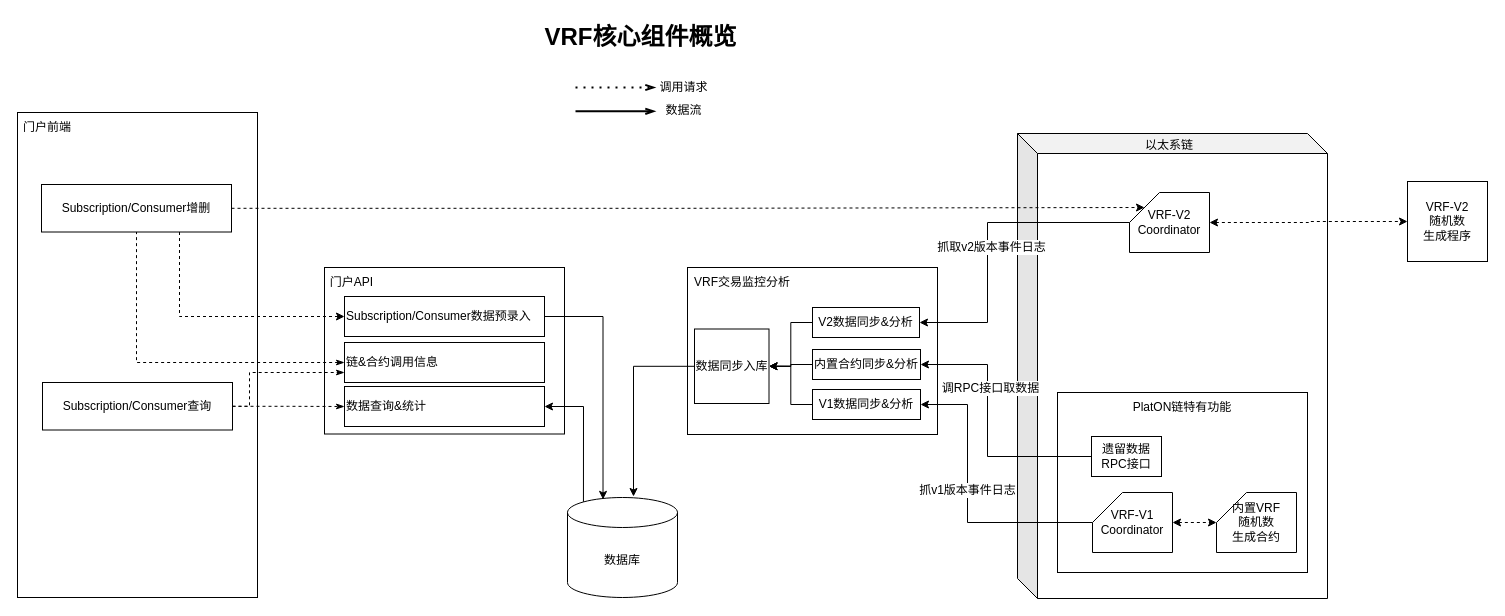
This is page "VRF核心组件概览" (1 of 6) of VRF-architecture.drawio from trevorch/drawio, a draw.io file, before an edit. Source tidied: cells renumbered, new cells numbered last; positions are measured from the earlier drawing's top-left corner, leaving out a move shared by most shapes. Both pictures are drawn from the tidied source at 100%, with x=0, y=0 at pixel (17, 17).
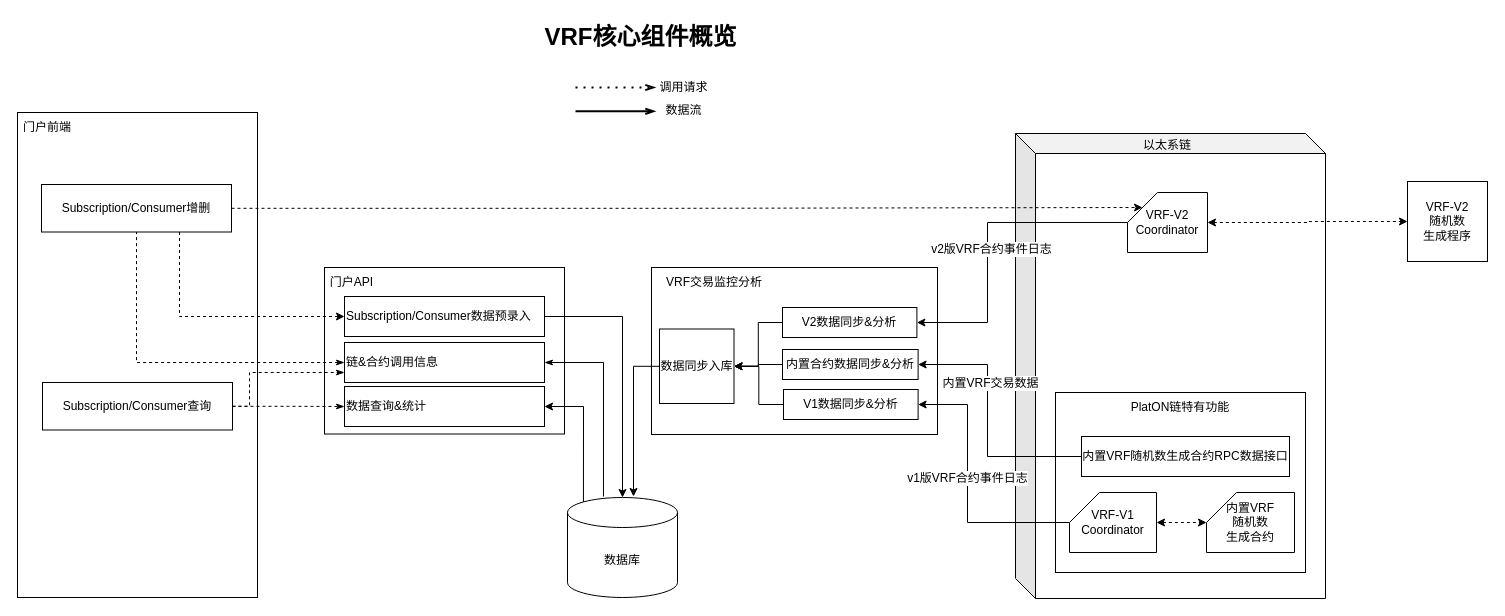
After the change.

The change refers to these unchanged cells:
```xml
<mxCell id="15" style="group;" parent="12" vertex="1">
  <mxGeometry x="40" y="262" width="250" height="180" as="geometry" />
</mxCell>
<mxCell id="26" value="数据库" style="shape=cylinder3;whiteSpace=wrap;html=1;boundedLbl=1;backgroundOutline=1;size=15;fontSize=12;" parent="1" vertex="1">
  <mxGeometry x="550" y="480" width="110" height="100" as="geometry" />
</mxCell>
<mxCell id="31" style="edgeStyle=orthogonalEdgeStyle;rounded=0;jettySize=auto;html=1;entryX=1;entryY=0.5;entryDx=0;entryDy=0;fontSize=12;startArrow=none;startFill=0;" parent="1" edge="1" source="22" target="7">
  <mxGeometry relative="1" as="geometry">
    <Array as="points">
      <mxPoint x="970" y="205" />
      <mxPoint x="970" y="305" />
    </Array>
  </mxGeometry>
</mxCell>
<mxCell id="33" style="edgeStyle=orthogonalEdgeStyle;rounded=0;jettySize=auto;html=1;entryX=1;entryY=0.5;entryDx=0;entryDy=0;fontSize=12;startArrow=none;startFill=0;" parent="1" edge="1" source="20" target="5">
  <mxGeometry relative="1" as="geometry">
    <Array as="points">
      <mxPoint x="970" y="439" />
      <mxPoint x="970" y="347" />
    </Array>
  </mxGeometry>
</mxCell>
<mxCell id="35" style="edgeStyle=orthogonalEdgeStyle;rounded=0;jettySize=auto;html=1;entryX=1;entryY=0.5;entryDx=0;entryDy=0;fontSize=12;startArrow=none;startFill=0;" parent="1" edge="1" source="19" target="6">
  <mxGeometry relative="1" as="geometry">
    <Array as="points">
      <mxPoint x="950" y="505" />
      <mxPoint x="950" y="387" />
    </Array>
  </mxGeometry>
</mxCell>
<mxCell id="41" value="Subscription/Consumer数据预录入" style="rounded=0;whiteSpace=wrap;html=1;align=left;" parent="37" vertex="1">
  <mxGeometry x="20" y="29" width="200" height="40" as="geometry" />
</mxCell>
<mxCell id="42" value="链&amp;amp;合约调用信息" style="rounded=0;whiteSpace=wrap;html=1;align=left;" parent="37" vertex="1">
  <mxGeometry x="20" y="75" width="200" height="40" as="geometry" />
</mxCell>
```

The edit, as a diff of the source:
```diff
@@
     <mxCell id="2" style="group;" parent="1" vertex="1">
-      <mxGeometry x="670" y="250" width="250" height="167" as="geometry" />
+      <mxGeometry x="634" y="250" width="286" height="167" as="geometry" />
     </mxCell>
     <mxCell id="3" style="rounded=0;whiteSpace=wrap;html=1;" parent="2" vertex="1">
-      <mxGeometry width="250" height="167" as="geometry" />
+      <mxGeometry width="286" height="167" as="geometry" />
     </mxCell>
     <mxCell id="4" value="VRF交易监控分析" style="text;html=1;strokeColor=none;fillColor=none;align=center;verticalAlign=middle;whiteSpace=wrap;rounded=0;" parent="2" vertex="1">
-      <mxGeometry width="110" height="30" as="geometry" />
+      <mxGeometry width="125.8" height="30" as="geometry" />
     </mxCell>
-    <mxCell id="5" value="内置合约同步&amp;amp;分析" style="rounded=0;whiteSpace=wrap;html=1;fontSize=12;" parent="2" vertex="1">
-      <mxGeometry x="125" y="82" width="108" height="30" as="geometry" />
+    <mxCell id="5" value="内置合约数据同步&amp;amp;分析" style="rounded=0;whiteSpace=wrap;html=1;fontSize=12;" parent="2" vertex="1">
+      <mxGeometry x="131" y="82" width="135.6" height="30" as="geometry" />
     </mxCell>
     <mxCell id="6" value="V1数据同步&amp;amp;分析" style="rounded=0;whiteSpace=wrap;html=1;fontSize=12;" parent="2" vertex="1">
-      <mxGeometry x="125" y="122" width="108" height="30" as="geometry" />
+      <mxGeometry x="132" y="122" width="134.6" height="30" as="geometry" />
     </mxCell>
     <mxCell id="7" value="V2数据同步&amp;amp;分析" style="rounded=0;whiteSpace=wrap;html=1;fontSize=12;" parent="2" vertex="1">
-      <mxGeometry x="125" y="40" width="107" height="30" as="geometry" />
+      <mxGeometry x="131" y="40" width="134.4" height="30" as="geometry" />
     </mxCell>
     <mxCell id="8" value="数据同步入库" style="whiteSpace=wrap;html=1;fontSize=12;" parent="2" vertex="1">
-      <mxGeometry x="7" y="61.5" width="74.5" height="74.5" as="geometry" />
+      <mxGeometry x="8" y="61.5" width="74.5" height="74.5" as="geometry" />
     </mxCell>
@@
     <mxCell id="12" style="group;" parent="1" vertex="1">
-      <mxGeometry x="1000" y="113" width="310" height="468" as="geometry" />
+      <mxGeometry x="998" y="113" width="310" height="468" as="geometry" />
     </mxCell>
@@
     <mxCell id="17" value="内置VRF&lt;br&gt;随机数&lt;br&gt;生成合约" style="shape=card;whiteSpace=wrap;html=1;" parent="15" vertex="1">
-      <mxGeometry x="159" y="100" width="80" height="60" as="geometry" />
+      <mxGeometry x="151" y="100" width="88" height="60" as="geometry" />
     </mxCell>
@@
     <mxCell id="19" value="VRF-V1&lt;br&gt;Coordinator" style="shape=card;whiteSpace=wrap;html=1;" parent="15" vertex="1">
-      <mxGeometry x="35" y="100" width="80" height="60" as="geometry" />
+      <mxGeometry x="14" y="100" width="87" height="60" as="geometry" />
     </mxCell>
-    <mxCell id="20" value="&lt;span style=&quot;&quot;&gt;遗留数据&lt;br&gt;RPC接口&lt;/span&gt;" style="rounded=0;whiteSpace=wrap;html=1;fontSize=12;" parent="15" vertex="1">
-      <mxGeometry x="34" y="44" width="70" height="40" as="geometry" />
+    <mxCell id="20" value="&lt;span style=&quot;&quot;&gt;内置VRF随机数生成合约RPC数据接口&lt;/span&gt;" style="rounded=0;whiteSpace=wrap;html=1;fontSize=12;" parent="15" vertex="1">
+      <mxGeometry x="26" y="44" width="208" height="40" as="geometry" />
     </mxCell>
@@
-    <mxCell id="32" value="抓取v2版本事件日志" style="edgeLabel;html=1;align=center;verticalAlign=middle;fontSize=12;" parent="31" vertex="1">
+    <mxCell id="32" value="v2版VRF合约事件日志" style="edgeLabel;html=1;align=center;verticalAlign=middle;fontSize=12;" parent="31" vertex="1">
       <mxGeometry x="0.07" y="3" relative="1" as="geometry" />
     </mxCell>
@@
-    <mxCell id="34" value="调RPC接口取数据" style="edgeLabel;html=1;align=center;verticalAlign=middle;fontSize=12;" parent="33" vertex="1">
+    <mxCell id="34" value="内置VRF交易数据" style="edgeLabel;html=1;align=center;verticalAlign=middle;fontSize=12;" parent="33" vertex="1">
       <mxGeometry x="0.24" y="-1" relative="1" as="geometry">
         <mxPoint x="1" y="-10" as="offset" />
       </mxGeometry>
     </mxCell>
@@
-    <mxCell id="36" value="抓v1版本事件日志" style="edgeLabel;html=1;align=center;verticalAlign=middle;fontSize=12;" parent="35" vertex="1">
+    <mxCell id="36" value="v1版VRF合约事件日志" style="edgeLabel;html=1;align=center;verticalAlign=middle;fontSize=12;" parent="35" vertex="1">
       <mxGeometry x="0.09" y="1" relative="1" as="geometry" />
     </mxCell>
@@
-    <mxCell id="44" style="edgeStyle=orthogonalEdgeStyle;rounded=0;jettySize=auto;html=1;entryX=0.323;entryY=0.019;entryDx=0;entryDy=0;entryPerimeter=0;fontSize=12;startArrow=none;startFill=0;" parent="1" edge="1" source="41" target="26">
+    <mxCell id="44" style="edgeStyle=orthogonalEdgeStyle;rounded=0;jettySize=auto;html=1;entryX=0.5;entryY=0;entryDx=0;entryDy=0;entryPerimeter=0;fontSize=12;startArrow=none;startFill=0;" parent="1" edge="1" source="41" target="26">
       <mxGeometry relative="1" as="geometry" />
     </mxCell>
     <mxCell id="45" style="edgeStyle=orthogonalEdgeStyle;rounded=0;jettySize=auto;html=1;entryX=0.6;entryY=-0.01;entryDx=0;entryDy=0;entryPerimeter=0;fontSize=12;startArrow=none;startFill=0;" parent="1" edge="1" source="8" target="26">
-      <mxGeometry relative="1" as="geometry" />
+      <mxGeometry relative="1" as="geometry">
+        <Array as="points">
+          <mxPoint x="616" y="349" />
+        </Array>
+      </mxGeometry>
     </mxCell>
@@
+    <mxCell id="55" style="edgeStyle=orthogonalEdgeStyle;rounded=0;jettySize=auto;html=1;entryX=1;entryY=0.5;entryDx=0;entryDy=0;fontSize=12;startArrow=none;startFill=0;endArrow=classicThin;endFill=1;exitX=0.327;exitY=-0.01;exitDx=0;exitDy=0;exitPerimeter=0;" parent="1" edge="1" source="26" target="42">
+      <mxGeometry relative="1" as="geometry" />
+    </mxCell>
```
